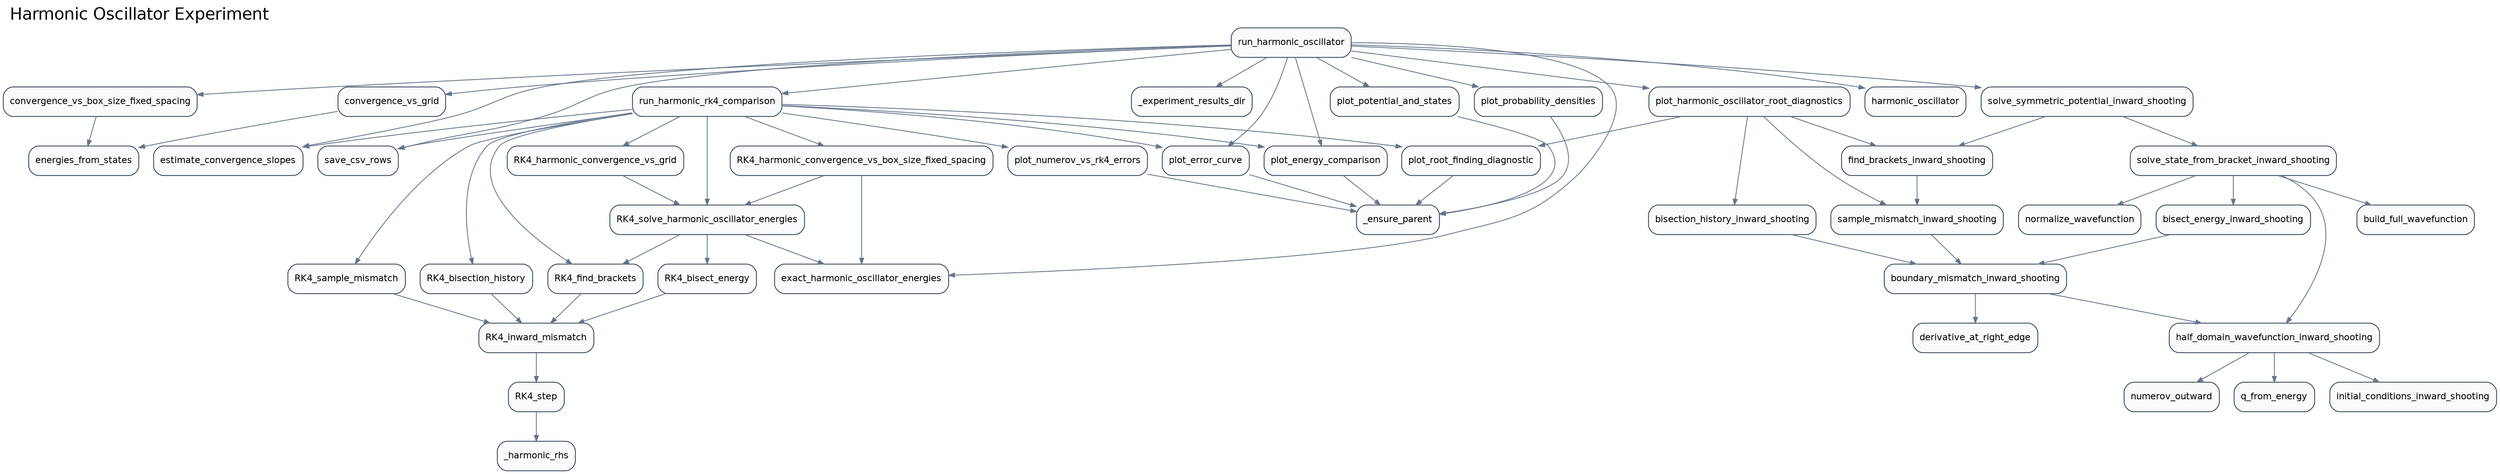
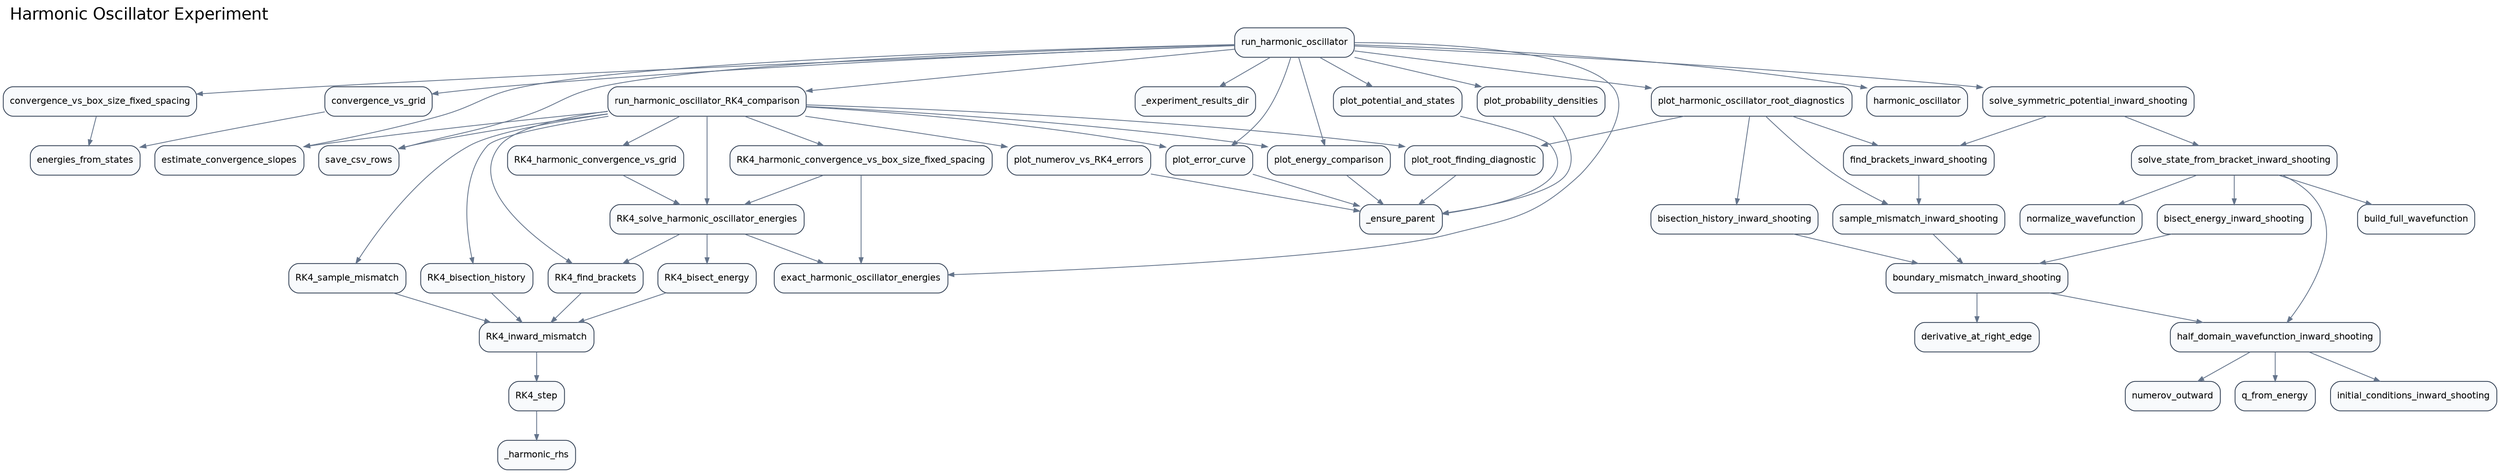
digraph G {
  rankdir="TB";
  graph [labeljust="l", labelloc="t", fontsize=20, fontname="Helvetica"];
  label="Harmonic Oscillator Experiment";
  node [shape=box, style="rounded,filled", fillcolor="#F8FAFC", color="#334155", fontname="Helvetica", fontsize=11];
  edge [color="#64748B", arrowsize=0.7];
  src_analysis_convergence_vs_box_size_fixed_spacing [label="convergence_vs_box_size_fixed_spacing"];
  src_analysis_convergence_vs_grid [label="convergence_vs_grid"];
  src_analysis_energies_from_states [label="energies_from_states"];
  src_analysis_estimate_convergence_slopes [label="estimate_convergence_slopes"];
  src_analysis_exact_harmonic_oscillator_energies [label="exact_harmonic_oscillator_energies"];
  src_analysis_save_csv_rows [label="save_csv_rows"];
  src_experiments__experiment_results_dir [label="_experiment_results_dir"];
  src_experiments_plot_harmonic_oscillator_root_diagnostics [label="plot_harmonic_oscillator_root_diagnostics"];
  src_experiments_run_harmonic_oscillator [label="run_harmonic_oscillator"];
-   src_experiments_run_harmonic_rk4_comparison [label="run_harmonic_rk4_comparison"];
+   src_experiments_run_harmonic_oscillator_RK4_comparison [label="run_harmonic_oscillator_RK4_comparison"];
  src_numerov_derivative_at_right_edge [label="derivative_at_right_edge"];
  src_numerov_normalize_wavefunction [label="normalize_wavefunction"];
  src_numerov_numerov_outward [label="numerov_outward"];
  src_numerov_q_from_energy [label="q_from_energy"];
  src_plotting__ensure_parent [label="_ensure_parent"];
  src_plotting_plot_energy_comparison [label="plot_energy_comparison"];
  src_plotting_plot_error_curve [label="plot_error_curve"];
-   src_plotting_plot_numerov_vs_rk4_errors [label="plot_numerov_vs_rk4_errors"];
+   src_plotting_plot_numerov_vs_RK4_errors [label="plot_numerov_vs_RK4_errors"];
  src_plotting_plot_potential_and_states [label="plot_potential_and_states"];
  src_plotting_plot_probability_densities [label="plot_probability_densities"];
  src_plotting_plot_root_finding_diagnostic [label="plot_root_finding_diagnostic"];
  src_potentials_harmonic_oscillator [label="harmonic_oscillator"];
  src_rk4_compare_RK4_bisect_energy [label="RK4_bisect_energy"];
  src_rk4_compare_RK4_bisection_history [label="RK4_bisection_history"];
  src_rk4_compare_RK4_find_brackets [label="RK4_find_brackets"];
  src_rk4_compare_RK4_harmonic_convergence_vs_box_size_fixed_spacing [label="RK4_harmonic_convergence_vs_box_size_fixed_spacing"];
  src_rk4_compare_RK4_harmonic_convergence_vs_grid [label="RK4_harmonic_convergence_vs_grid"];
  src_rk4_compare_RK4_inward_mismatch [label="RK4_inward_mismatch"];
  src_rk4_compare_RK4_sample_mismatch [label="RK4_sample_mismatch"];
  src_rk4_compare_RK4_solve_harmonic_oscillator_energies [label="RK4_solve_harmonic_oscillator_energies"];
  src_rk4_compare_RK4_step [label="RK4_step"];
  src_rk4_compare__harmonic_rhs [label="_harmonic_rhs"];
  src_shooting_bisect_energy_inward_shooting [label="bisect_energy_inward_shooting"];
  src_shooting_bisection_history_inward_shooting [label="bisection_history_inward_shooting"];
  src_shooting_boundary_mismatch_inward_shooting [label="boundary_mismatch_inward_shooting"];
  src_shooting_build_full_wavefunction [label="build_full_wavefunction"];
  src_shooting_find_brackets_inward_shooting [label="find_brackets_inward_shooting"];
  src_shooting_half_domain_wavefunction_inward_shooting [label="half_domain_wavefunction_inward_shooting"];
  src_shooting_initial_conditions_inward_shooting [label="initial_conditions_inward_shooting"];
  src_shooting_sample_mismatch_inward_shooting [label="sample_mismatch_inward_shooting"];
  src_shooting_solve_state_from_bracket_inward_shooting [label="solve_state_from_bracket_inward_shooting"];
  src_shooting_solve_symmetric_potential_inward_shooting [label="solve_symmetric_potential_inward_shooting"];
  src_analysis_convergence_vs_box_size_fixed_spacing -> src_analysis_energies_from_states;
  src_analysis_convergence_vs_grid -> src_analysis_energies_from_states;
  src_experiments_plot_harmonic_oscillator_root_diagnostics -> src_plotting_plot_root_finding_diagnostic;
  src_experiments_plot_harmonic_oscillator_root_diagnostics -> src_shooting_bisection_history_inward_shooting;
  src_experiments_plot_harmonic_oscillator_root_diagnostics -> src_shooting_find_brackets_inward_shooting;
  src_experiments_plot_harmonic_oscillator_root_diagnostics -> src_shooting_sample_mismatch_inward_shooting;
  src_experiments_run_harmonic_oscillator -> src_analysis_convergence_vs_box_size_fixed_spacing;
  src_experiments_run_harmonic_oscillator -> src_analysis_convergence_vs_grid;
  src_experiments_run_harmonic_oscillator -> src_analysis_estimate_convergence_slopes;
  src_experiments_run_harmonic_oscillator -> src_analysis_exact_harmonic_oscillator_energies;
  src_experiments_run_harmonic_oscillator -> src_analysis_save_csv_rows;
  src_experiments_run_harmonic_oscillator -> src_experiments__experiment_results_dir;
  src_experiments_run_harmonic_oscillator -> src_experiments_plot_harmonic_oscillator_root_diagnostics;
-   src_experiments_run_harmonic_oscillator -> src_experiments_run_harmonic_rk4_comparison;
+   src_experiments_run_harmonic_oscillator -> src_experiments_run_harmonic_oscillator_RK4_comparison;
  src_experiments_run_harmonic_oscillator -> src_plotting_plot_energy_comparison;
  src_experiments_run_harmonic_oscillator -> src_plotting_plot_error_curve;
  src_experiments_run_harmonic_oscillator -> src_plotting_plot_potential_and_states;
  src_experiments_run_harmonic_oscillator -> src_plotting_plot_probability_densities;
  src_experiments_run_harmonic_oscillator -> src_potentials_harmonic_oscillator;
  src_experiments_run_harmonic_oscillator -> src_shooting_solve_symmetric_potential_inward_shooting;
-   src_experiments_run_harmonic_rk4_comparison -> src_analysis_estimate_convergence_slopes;
-   src_experiments_run_harmonic_rk4_comparison -> src_analysis_save_csv_rows;
-   src_experiments_run_harmonic_rk4_comparison -> src_plotting_plot_energy_comparison;
-   src_experiments_run_harmonic_rk4_comparison -> src_plotting_plot_error_curve;
-   src_experiments_run_harmonic_rk4_comparison -> src_plotting_plot_numerov_vs_rk4_errors;
-   src_experiments_run_harmonic_rk4_comparison -> src_plotting_plot_root_finding_diagnostic;
-   src_experiments_run_harmonic_rk4_comparison -> src_rk4_compare_RK4_bisection_history;
-   src_experiments_run_harmonic_rk4_comparison -> src_rk4_compare_RK4_find_brackets;
-   src_experiments_run_harmonic_rk4_comparison -> src_rk4_compare_RK4_harmonic_convergence_vs_box_size_fixed_spacing;
-   src_experiments_run_harmonic_rk4_comparison -> src_rk4_compare_RK4_harmonic_convergence_vs_grid;
-   src_experiments_run_harmonic_rk4_comparison -> src_rk4_compare_RK4_sample_mismatch;
-   src_experiments_run_harmonic_rk4_comparison -> src_rk4_compare_RK4_solve_harmonic_oscillator_energies;
+   src_experiments_run_harmonic_oscillator_RK4_comparison -> src_analysis_estimate_convergence_slopes;
+   src_experiments_run_harmonic_oscillator_RK4_comparison -> src_analysis_save_csv_rows;
+   src_experiments_run_harmonic_oscillator_RK4_comparison -> src_plotting_plot_energy_comparison;
+   src_experiments_run_harmonic_oscillator_RK4_comparison -> src_plotting_plot_error_curve;
+   src_experiments_run_harmonic_oscillator_RK4_comparison -> src_plotting_plot_numerov_vs_RK4_errors;
+   src_experiments_run_harmonic_oscillator_RK4_comparison -> src_plotting_plot_root_finding_diagnostic;
+   src_experiments_run_harmonic_oscillator_RK4_comparison -> src_rk4_compare_RK4_bisection_history;
+   src_experiments_run_harmonic_oscillator_RK4_comparison -> src_rk4_compare_RK4_find_brackets;
+   src_experiments_run_harmonic_oscillator_RK4_comparison -> src_rk4_compare_RK4_harmonic_convergence_vs_box_size_fixed_spacing;
+   src_experiments_run_harmonic_oscillator_RK4_comparison -> src_rk4_compare_RK4_harmonic_convergence_vs_grid;
+   src_experiments_run_harmonic_oscillator_RK4_comparison -> src_rk4_compare_RK4_sample_mismatch;
+   src_experiments_run_harmonic_oscillator_RK4_comparison -> src_rk4_compare_RK4_solve_harmonic_oscillator_energies;
  src_plotting_plot_energy_comparison -> src_plotting__ensure_parent;
  src_plotting_plot_error_curve -> src_plotting__ensure_parent;
-   src_plotting_plot_numerov_vs_rk4_errors -> src_plotting__ensure_parent;
+   src_plotting_plot_numerov_vs_RK4_errors -> src_plotting__ensure_parent;
  src_plotting_plot_potential_and_states -> src_plotting__ensure_parent;
  src_plotting_plot_probability_densities -> src_plotting__ensure_parent;
  src_plotting_plot_root_finding_diagnostic -> src_plotting__ensure_parent;
  src_rk4_compare_RK4_bisect_energy -> src_rk4_compare_RK4_inward_mismatch;
  src_rk4_compare_RK4_bisection_history -> src_rk4_compare_RK4_inward_mismatch;
  src_rk4_compare_RK4_find_brackets -> src_rk4_compare_RK4_inward_mismatch;
  src_rk4_compare_RK4_harmonic_convergence_vs_box_size_fixed_spacing -> src_analysis_exact_harmonic_oscillator_energies;
  src_rk4_compare_RK4_harmonic_convergence_vs_box_size_fixed_spacing -> src_rk4_compare_RK4_solve_harmonic_oscillator_energies;
  src_rk4_compare_RK4_harmonic_convergence_vs_grid -> src_rk4_compare_RK4_solve_harmonic_oscillator_energies;
  src_rk4_compare_RK4_inward_mismatch -> src_rk4_compare_RK4_step;
  src_rk4_compare_RK4_sample_mismatch -> src_rk4_compare_RK4_inward_mismatch;
  src_rk4_compare_RK4_solve_harmonic_oscillator_energies -> src_analysis_exact_harmonic_oscillator_energies;
  src_rk4_compare_RK4_solve_harmonic_oscillator_energies -> src_rk4_compare_RK4_bisect_energy;
  src_rk4_compare_RK4_solve_harmonic_oscillator_energies -> src_rk4_compare_RK4_find_brackets;
  src_rk4_compare_RK4_step -> src_rk4_compare__harmonic_rhs;
  src_shooting_bisect_energy_inward_shooting -> src_shooting_boundary_mismatch_inward_shooting;
  src_shooting_bisection_history_inward_shooting -> src_shooting_boundary_mismatch_inward_shooting;
  src_shooting_boundary_mismatch_inward_shooting -> src_numerov_derivative_at_right_edge;
  src_shooting_boundary_mismatch_inward_shooting -> src_shooting_half_domain_wavefunction_inward_shooting;
  src_shooting_find_brackets_inward_shooting -> src_shooting_sample_mismatch_inward_shooting;
  src_shooting_half_domain_wavefunction_inward_shooting -> src_numerov_numerov_outward;
  src_shooting_half_domain_wavefunction_inward_shooting -> src_numerov_q_from_energy;
  src_shooting_half_domain_wavefunction_inward_shooting -> src_shooting_initial_conditions_inward_shooting;
  src_shooting_sample_mismatch_inward_shooting -> src_shooting_boundary_mismatch_inward_shooting;
  src_shooting_solve_state_from_bracket_inward_shooting -> src_numerov_normalize_wavefunction;
  src_shooting_solve_state_from_bracket_inward_shooting -> src_shooting_bisect_energy_inward_shooting;
  src_shooting_solve_state_from_bracket_inward_shooting -> src_shooting_build_full_wavefunction;
  src_shooting_solve_state_from_bracket_inward_shooting -> src_shooting_half_domain_wavefunction_inward_shooting;
  src_shooting_solve_symmetric_potential_inward_shooting -> src_shooting_find_brackets_inward_shooting;
  src_shooting_solve_symmetric_potential_inward_shooting -> src_shooting_solve_state_from_bracket_inward_shooting;
}
